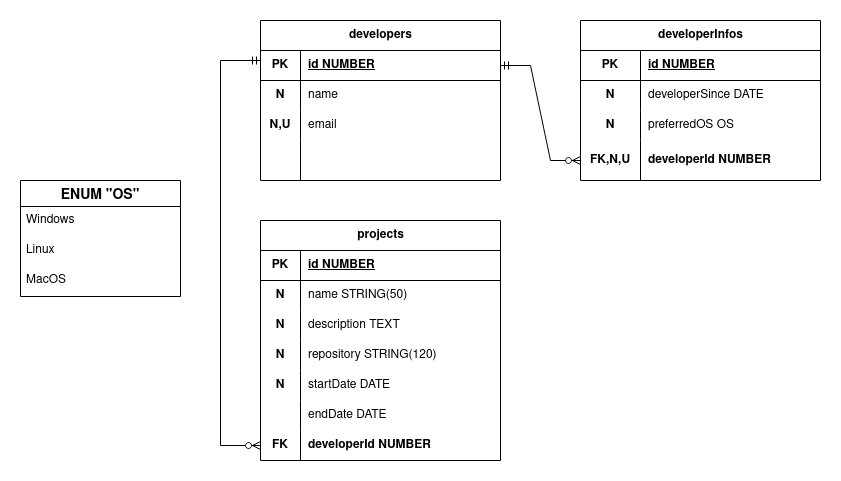
Above: sql/diagram.png in fabiodelllima/project-management-api (draw.io), before the change. Source tidied: cells renumbered, new cells last; positions are measured from the earlier drawing's top-left corner, leaving out a move shared by most shapes.
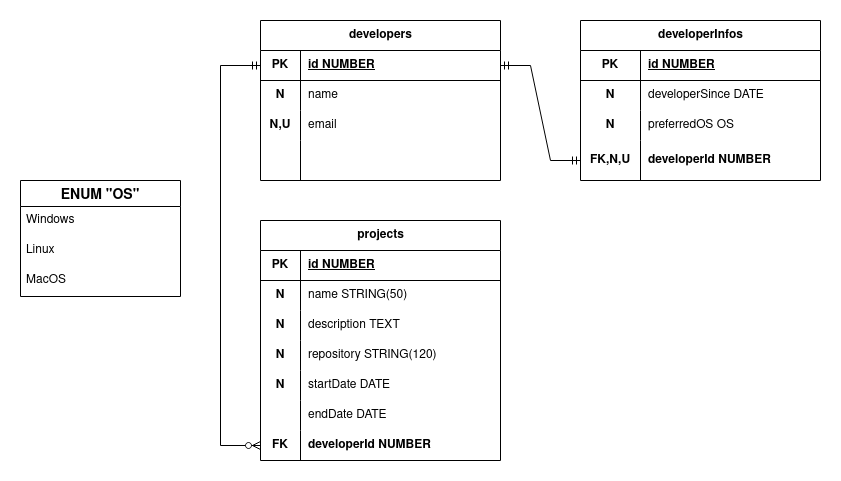
Above is the later version.

Commit message:
fix: Relação Developers para DeveloperInfos em DER

Change to the diagram source:
```diff
@@ -158,23 +158,18 @@
     <mxCell id="53" value="&lt;b&gt;developerId NUMBER&lt;/b&gt;" style="shape=partialRectangle;fillColor=none;top=0;left=0;bottom=0;right=0;align=left;spacingLeft=6;overflow=hidden;whiteSpace=wrap;html=1;" parent="51" vertex="1">
       <mxGeometry x="40" width="200" height="30" as="geometry" />
     </mxCell>
-    <mxCell id="54" style="fontSize=12;html=1;endArrow=ERzeroToMany;startArrow=ERmandOne;rounded=0;edgeStyle=elbowEdgeStyle;entryX=0;entryY=0.5;entryDx=0;entryDy=0;" parent="1" edge="1" target="51">
+    <mxCell id="54" style="fontSize=12;html=1;endArrow=ERzeroToMany;startArrow=ERmandOne;rounded=0;edgeStyle=elbowEdgeStyle;entryX=0;entryY=0.5;entryDx=0;entryDy=0;exitX=0;exitY=0.5;exitDx=0;exitDy=0;" parent="1" edge="1" source="7" target="51">
       <mxGeometry relative="1" as="geometry">
-        <mxPoint x="240" y="40" as="sourcePoint" />
         <Array as="points">
           <mxPoint x="200" y="240" />
         </Array>
       </mxGeometry>
     </mxCell>
-    <mxCell id="55" style="edgeStyle=entityRelationEdgeStyle;fontSize=12;html=1;endArrow=ERzeroToMany;startArrow=ERmandOne;rounded=0;exitX=1;exitY=0.5;exitDx=0;exitDy=0;entryX=0;entryY=0.5;entryDx=0;entryDy=0;" parent="1" edge="1" source="7" target="29">
+    <mxCell id="55" style="edgeStyle=entityRelationEdgeStyle;fontSize=12;html=1;endArrow=ERmandOne;startArrow=ERmandOne;rounded=0;exitX=1;exitY=0.5;exitDx=0;exitDy=0;entryX=0;entryY=0.5;entryDx=0;entryDy=0;" parent="1" edge="1" source="7" target="29">
       <mxGeometry relative="1" as="geometry">
         <Array as="points">
-          <mxPoint x="670" y="430" />
-          <mxPoint x="540" y="160" />
-          <mxPoint x="640" y="420" />
-          <mxPoint x="580" y="230" />
-          <mxPoint x="570" y="220" />
-          <mxPoint x="550" y="170" />
+          <mxPoint x="740" y="230" />
+          <mxPoint x="680" y="250" />
         </Array>
       </mxGeometry>
     </mxCell>
```
